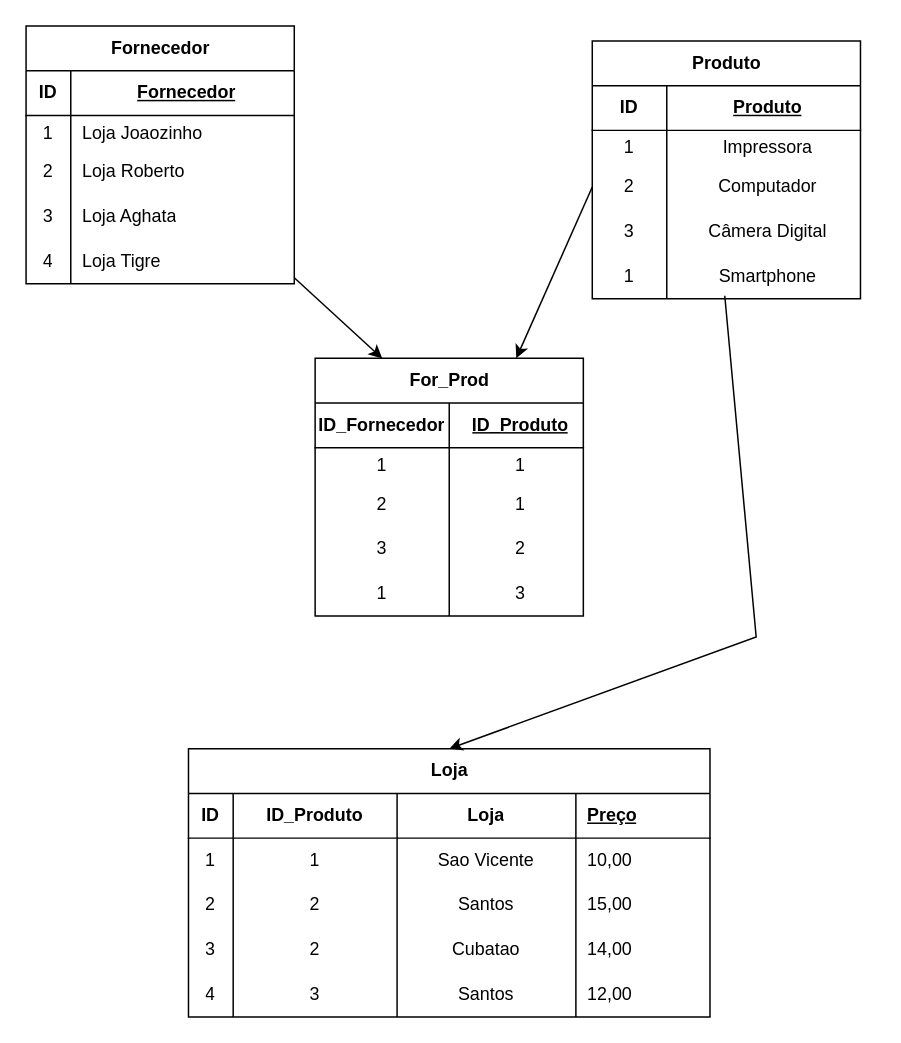
Above: Diagrama sem nome.drawio in JoaoDays/Banco-de-Dados (draw.io), before the change. Source tidied: cells renumbered, new cells numbered last; positions are measured from the earlier drawing's top-left corner, leaving out a move shared by most shapes. Both pictures are drawn from the tidied source at 149%, with x=0, y=0 at pixel (25, 25).
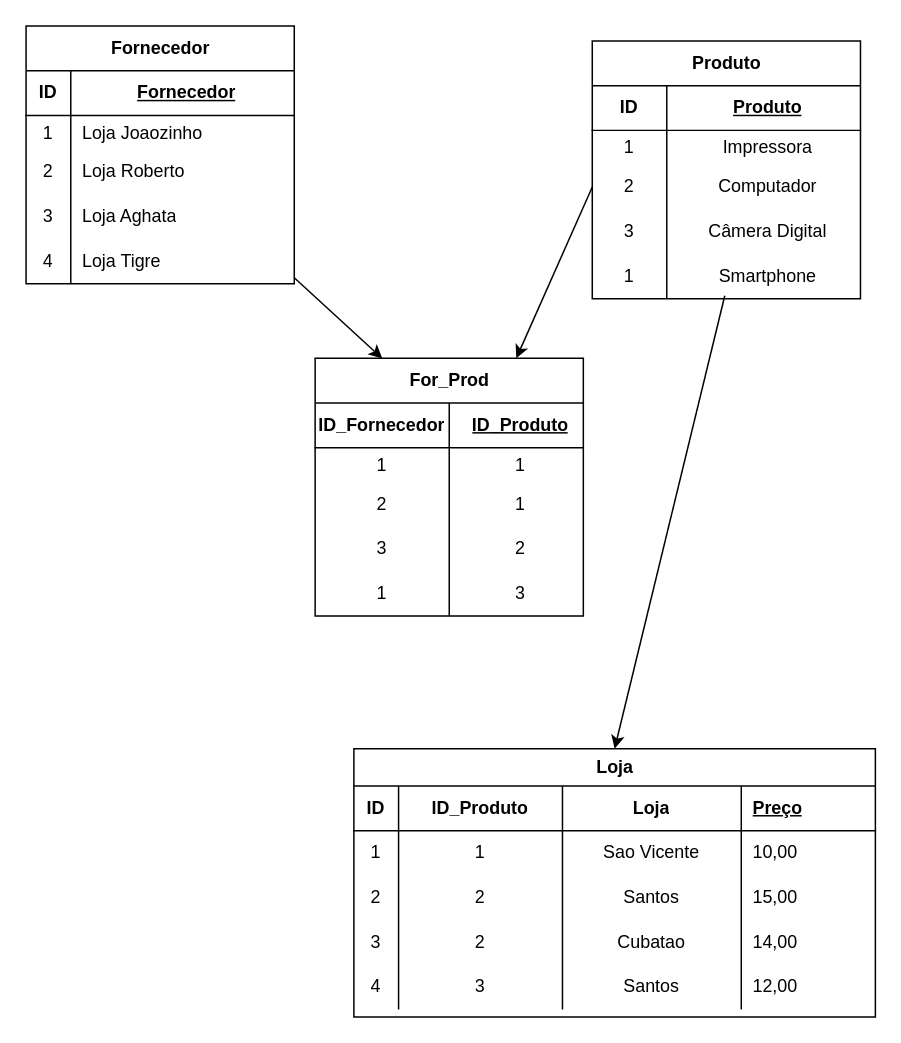
The same diagram, later.

The change refers to these unchanged cells:
```xml
<mxCell id="47" style="shape=tableRow;horizontal=0;startSize=0;swimlaneHead=0;swimlaneBody=0;fillColor=none;points=[[0,0.5],[1,0.5]];portConstraint=eastwest;top=0;left=0;right=0;bottom=0;" parent="34" vertex="1">
  <mxGeometry y="143" width="180" height="30" as="geometry" />
</mxCell>
```

Change to the diagram source:
```diff
@@
-    <mxCell id="50" value="Loja" style="shape=table;startSize=30;childLayout=tableLayout;rowLines=0;fontStyle=1;align=center;html=1;strokeColor=default;" parent="1" vertex="1">
-      <mxGeometry x="109" y="485" width="350" height="180" as="geometry" />
+    <mxCell id="50" value="Loja" style="shape=table;startSize=25;childLayout=tableLayout;rowLines=0;fontStyle=1;align=center;html=1;strokeColor=default;" parent="1" vertex="1">
+      <mxGeometry x="220" y="485" width="350" height="180" as="geometry" />
     </mxCell>
     <mxCell id="51" style="shape=tableRow;horizontal=0;startSize=0;swimlaneHead=0;swimlaneBody=0;fillColor=none;top=0;left=0;right=0;bottom=1;" parent="50" vertex="1">
-      <mxGeometry y="30" width="350" height="30" as="geometry" />
+      <mxGeometry y="25" width="350" height="30" as="geometry" />
     </mxCell>
@@
     <mxCell id="56" style="shape=tableRow;horizontal=0;startSize=0;swimlaneHead=0;swimlaneBody=0;fillColor=none;top=0;left=0;right=0;bottom=0;" parent="50" vertex="1">
-      <mxGeometry y="60" width="350" height="30" as="geometry" />
+      <mxGeometry y="55" width="350" height="30" as="geometry" />
     </mxCell>
@@
     <mxCell id="61" style="shape=tableRow;horizontal=0;startSize=0;swimlaneHead=0;swimlaneBody=0;fillColor=none;top=0;left=0;right=0;bottom=0;" parent="50" vertex="1">
-      <mxGeometry y="90" width="350" height="30" as="geometry" />
+      <mxGeometry y="85" width="350" height="30" as="geometry" />
     </mxCell>
@@
     <mxCell id="66" style="shape=tableRow;horizontal=0;startSize=0;swimlaneHead=0;swimlaneBody=0;fillColor=none;top=0;left=0;right=0;bottom=0;" parent="50" vertex="1">
-      <mxGeometry y="120" width="350" height="30" as="geometry" />
+      <mxGeometry y="115" width="350" height="30" as="geometry" />
     </mxCell>
@@
     <mxCell id="71" style="shape=tableRow;horizontal=0;startSize=0;swimlaneHead=0;swimlaneBody=0;fillColor=none;top=0;left=0;right=0;bottom=0;" parent="50" vertex="1">
-      <mxGeometry y="150" width="350" height="30" as="geometry" />
+      <mxGeometry y="145" width="350" height="30" as="geometry" />
     </mxCell>
@@
     <mxCell id="78" style="endArrow=classic;html=1;rounded=0;exitX=0.494;exitY=0.933;exitDx=0;exitDy=0;exitPerimeter=0;entryX=0.5;entryY=0;entryDx=0;entryDy=0;" parent="1" edge="1" source="47" target="50">
-      <mxGeometry relative="1" as="geometry">
-        <Array as="points">
-          <mxPoint x="490" y="410" />
-        </Array>
-      </mxGeometry>
+      <mxGeometry relative="1" as="geometry" />
     </mxCell>
```
